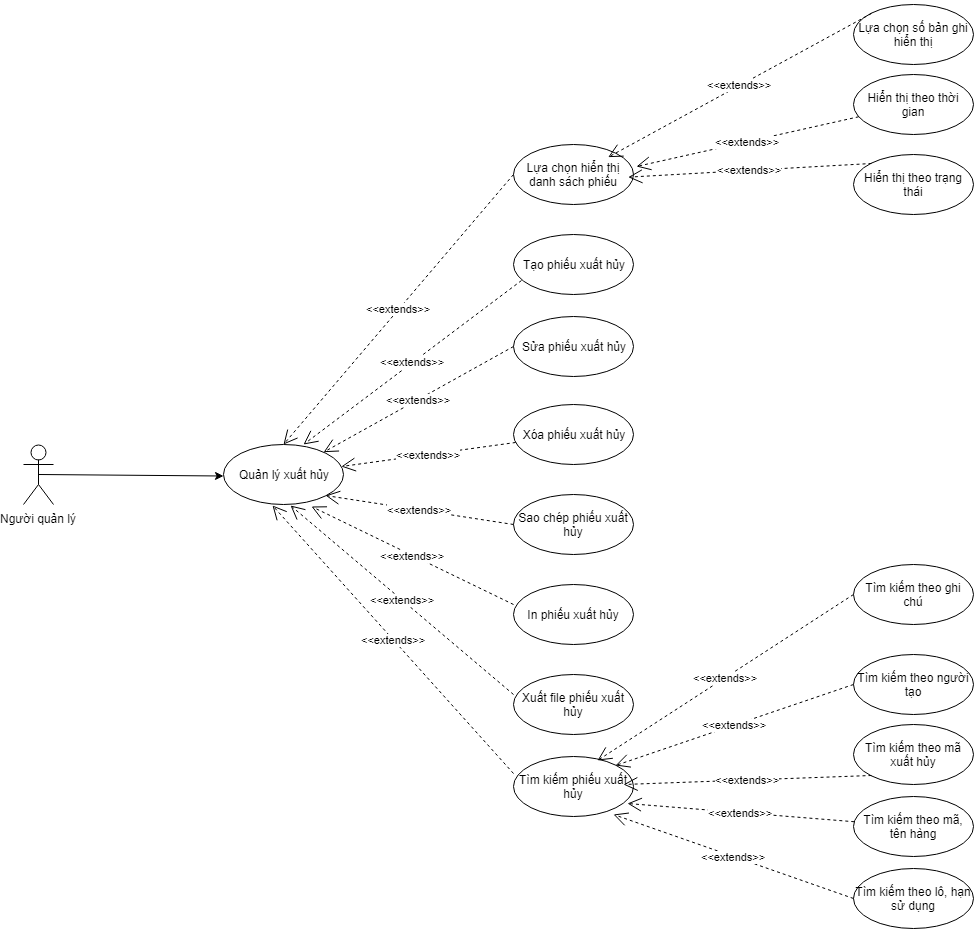
Linkadi98/Software-Requirement-Analystic keeps this draw.io diagram as UC diagrams/UC quản lý xuất hủy.png. Above is the earlier version. Source tidied: cells renumbered, new cells last; positions are measured from the earlier drawing's top-left corner, leaving out a move shared by most shapes.
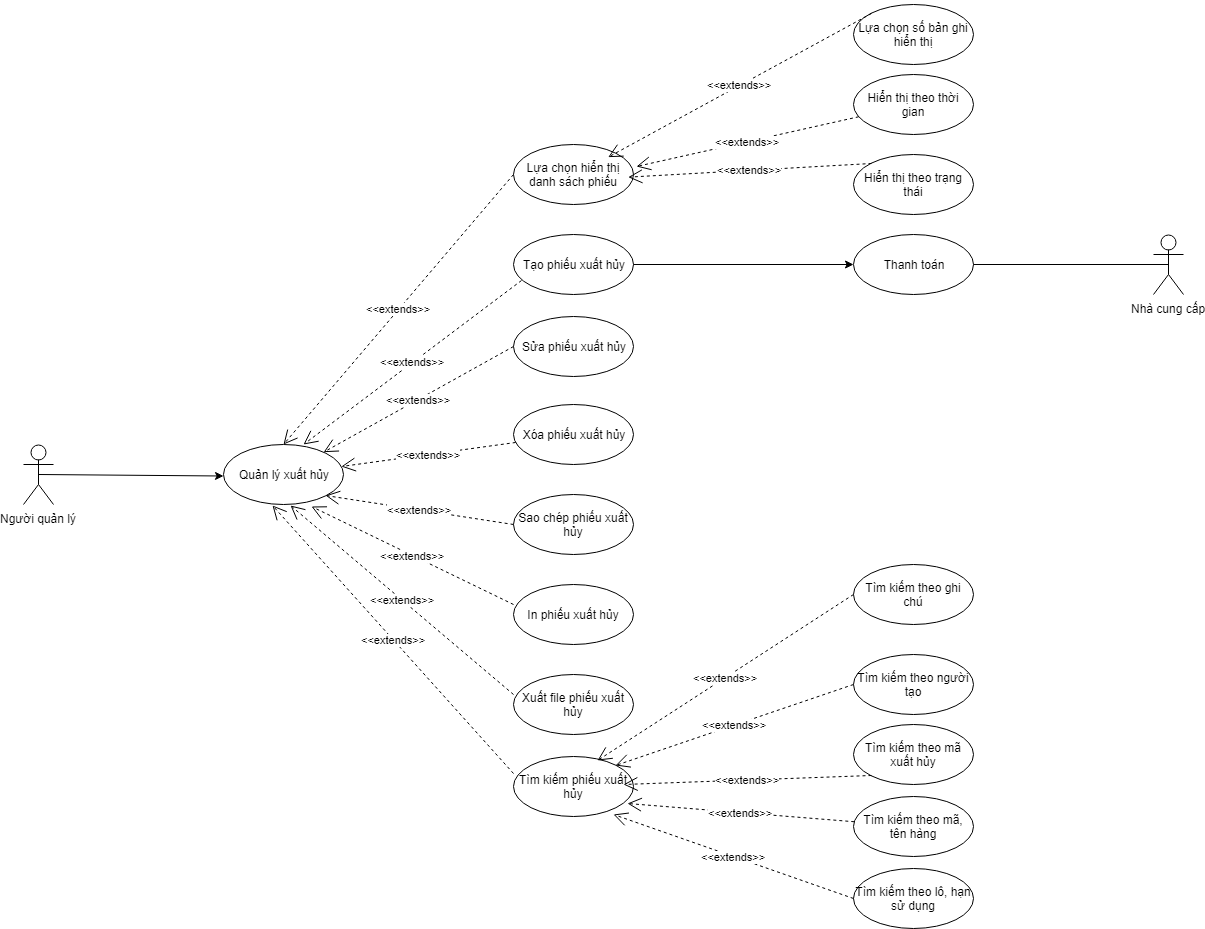
Above is the later version.

What changed in the source:
```diff
@@ -115,5 +115,19 @@
         <mxPoint x="604.7" y="172.7" as="targetPoint" />
       </mxGeometry>
     </mxCell>
+    <mxCell id="37" value="Thanh toán" style="ellipse;whiteSpace=wrap;html=1;" parent="1" vertex="1">
+      <mxGeometry x="830" y="230" width="120" height="60" as="geometry" />
+    </mxCell>
+    <mxCell id="38" style="endArrow=classic;html=1;exitX=1;exitY=0.5;exitDx=0;exitDy=0;" parent="1" edge="1" source="15" target="37">
+      <mxGeometry relative="1" as="geometry" />
+    </mxCell>
+    <mxCell id="39" value="Nhà cung cấp&lt;br&gt;" style="shape=umlActor;verticalLabelPosition=bottom;labelBackgroundColor=#ffffff;verticalAlign=top;html=1;outlineConnect=0;" parent="1" vertex="1">
+      <mxGeometry x="1130" y="230" width="30" height="60" as="geometry" />
+    </mxCell>
+    <mxCell id="40" style="endArrow=none;html=1;entryX=0.5;entryY=0.5;entryDx=0;entryDy=0;entryPerimeter=0;" parent="1" edge="1" target="39">
+      <mxGeometry relative="1" as="geometry">
+        <mxPoint x="950" y="260" as="sourcePoint" />
+      </mxGeometry>
+    </mxCell>
   </root>
 </mxGraphModel>
```
